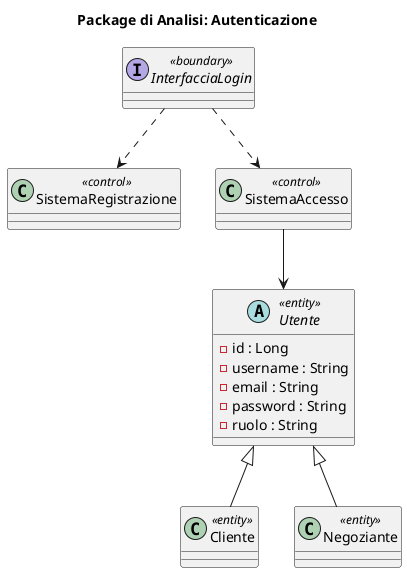
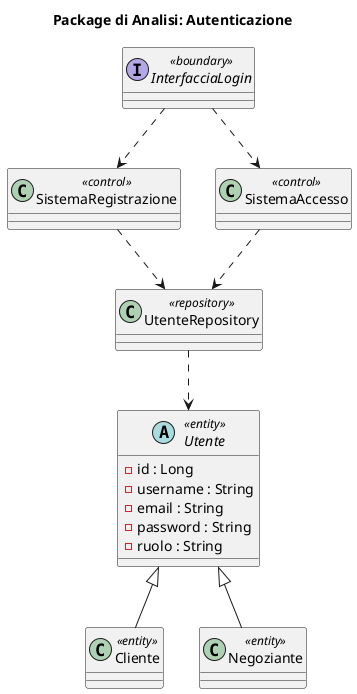
@startuml
title Package di Analisi: Autenticazione

' Boundary e Control
interface InterfacciaLogin <<boundary>>
class SistemaRegistrazione <<control>>
class SistemaAccesso <<control>>
+ class UtenteRepository <<repository>>

' Entity (Astratte e Concrete)
abstract class Utente <<entity>> {
    - id : Long
    - username : String
    - email : String
    - password : String
    - ruolo : String
}

class Cliente <<entity>>
class Negoziante <<entity>>

' Gerarchia e Relazioni
Utente <|-- Cliente
Utente <|-- Negoziante

InterfacciaLogin ..> SistemaRegistrazione
+ SistemaRegistrazione ..> UtenteRepository
+ SistemaAccesso ..> UtenteRepository
+ UtenteRepository ..> Utente
InterfacciaLogin ..> SistemaAccesso
- SistemaAccesso --> Utente
@enduml
